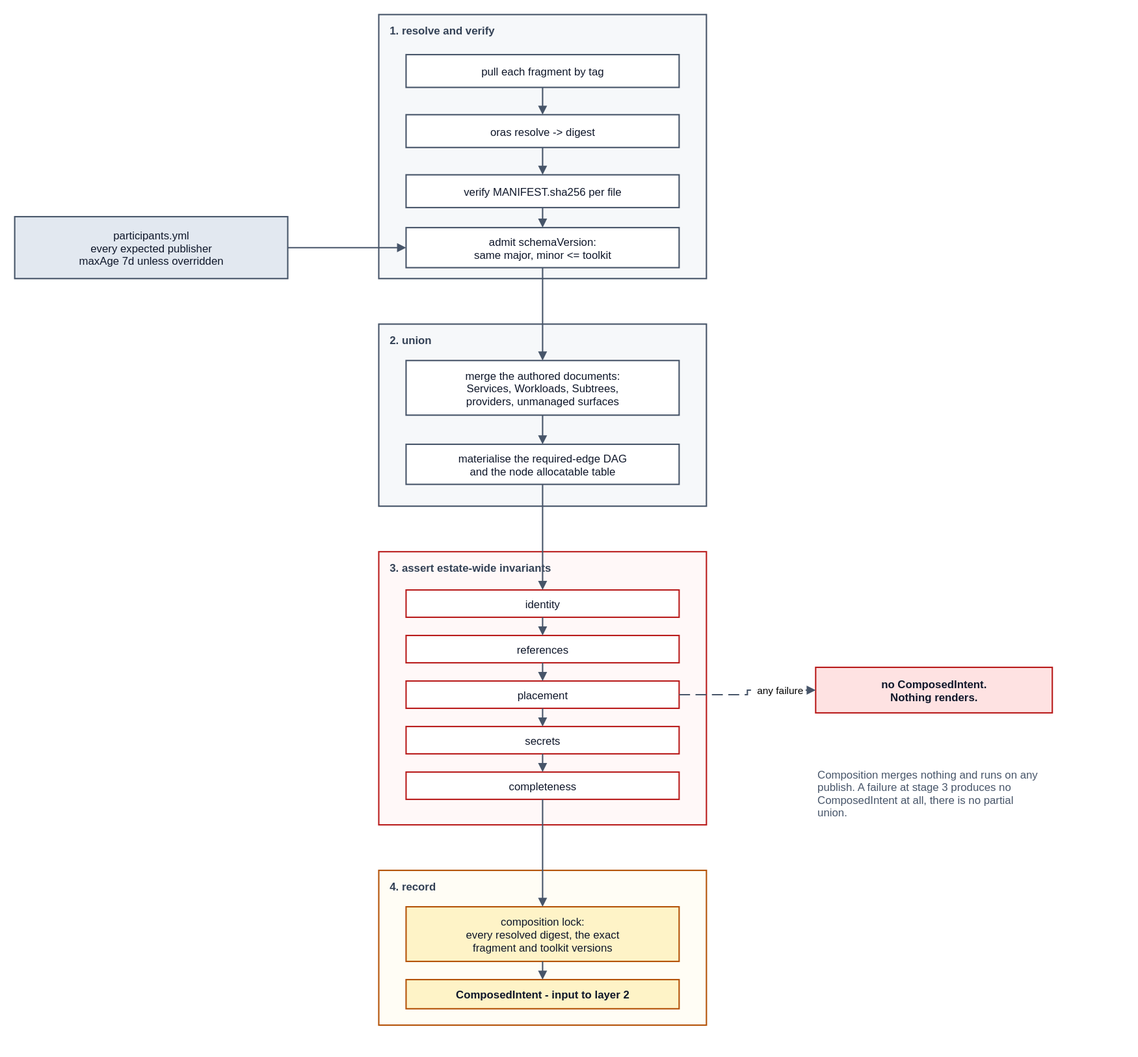
The draw.io diagram spec/v1/diagrams/40-composition-run.drawio.svg in JorisJonkers-dev/deploy-kit, before a commit. Source tidied: cells renumbered, new cells last; positions are measured from the earlier drawing's top-left corner, leaving out a move shared by most shapes.
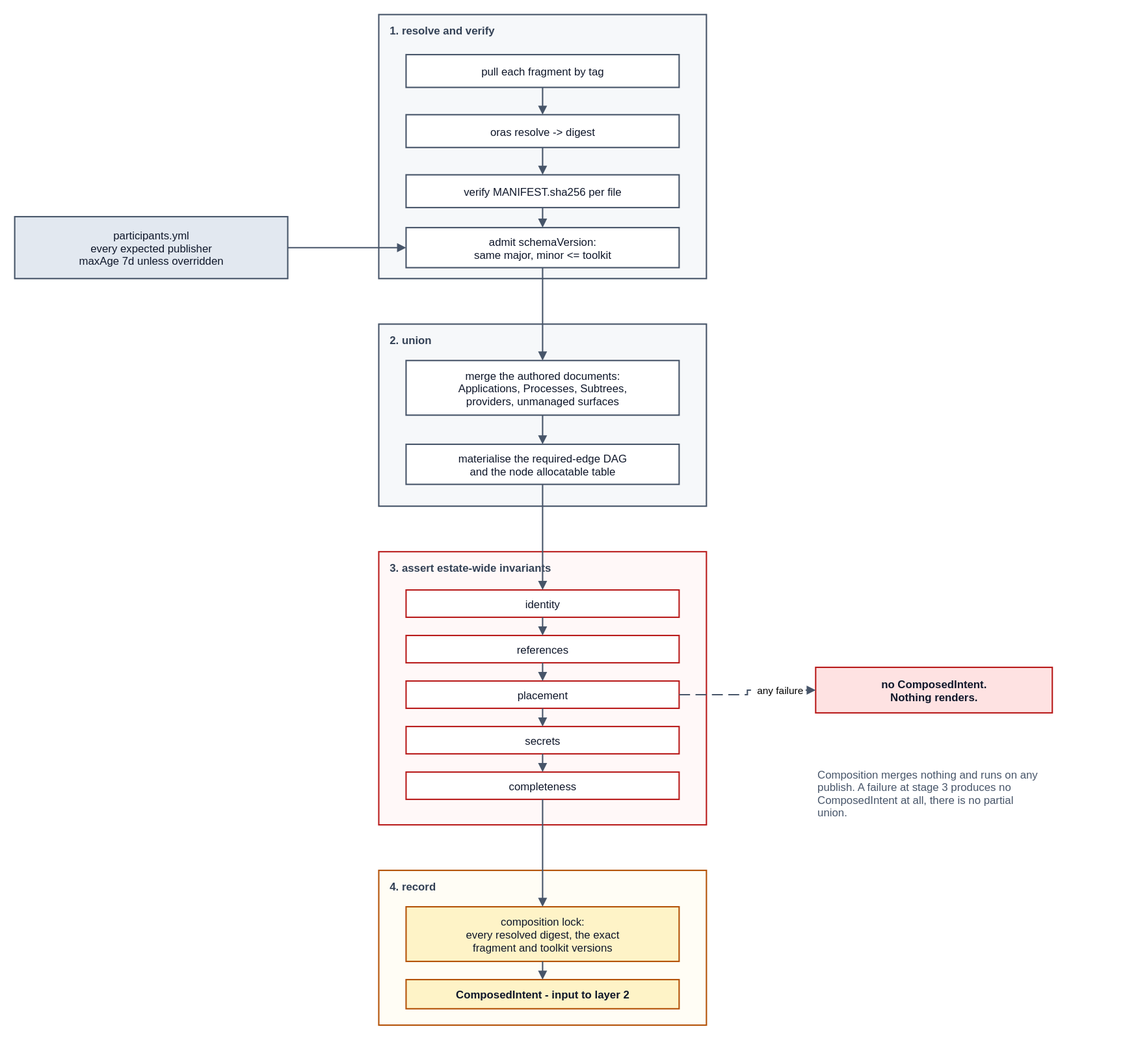
After the change.

Change to the diagram source:
```diff
@@ -26,7 +26,7 @@
     <mxCell id="9" value="admit schemaVersion:&#10;same major, minor &lt;= toolkit" style="rounded=0;whiteSpace=nowrap;html=0;align=center;verticalAlign=middle;fillColor=#ffffff;strokeColor=#475569;strokeWidth=1.5;fontFamily=Helvetica;fontSize=12;fontColor=#0f172a;" parent="1" vertex="1">
       <mxGeometry x="430" y="234" width="300" height="44" as="geometry" />
     </mxCell>
-    <mxCell id="10" value="merge the authored documents:&#10;Services, Workloads, Subtrees,&#10;providers, unmanaged surfaces" style="rounded=0;whiteSpace=nowrap;html=0;align=center;verticalAlign=middle;fillColor=#ffffff;strokeColor=#475569;strokeWidth=1.5;fontFamily=Helvetica;fontSize=12;fontColor=#0f172a;" parent="1" vertex="1">
+    <mxCell id="10" value="merge the authored documents:&#10;Applications, Processes, Subtrees,&#10;providers, unmanaged surfaces" style="rounded=0;whiteSpace=nowrap;html=0;align=center;verticalAlign=middle;fillColor=#ffffff;strokeColor=#475569;strokeWidth=1.5;fontFamily=Helvetica;fontSize=12;fontColor=#0f172a;" parent="1" vertex="1">
       <mxGeometry x="430" y="380" width="300" height="60" as="geometry" />
     </mxCell>
     <mxCell id="11" value="materialise the required-edge DAG&#10;and the node allocatable table" style="rounded=0;whiteSpace=nowrap;html=0;align=center;verticalAlign=middle;fillColor=#ffffff;strokeColor=#475569;strokeWidth=1.5;fontFamily=Helvetica;fontSize=12;fontColor=#0f172a;" parent="1" vertex="1">
```
